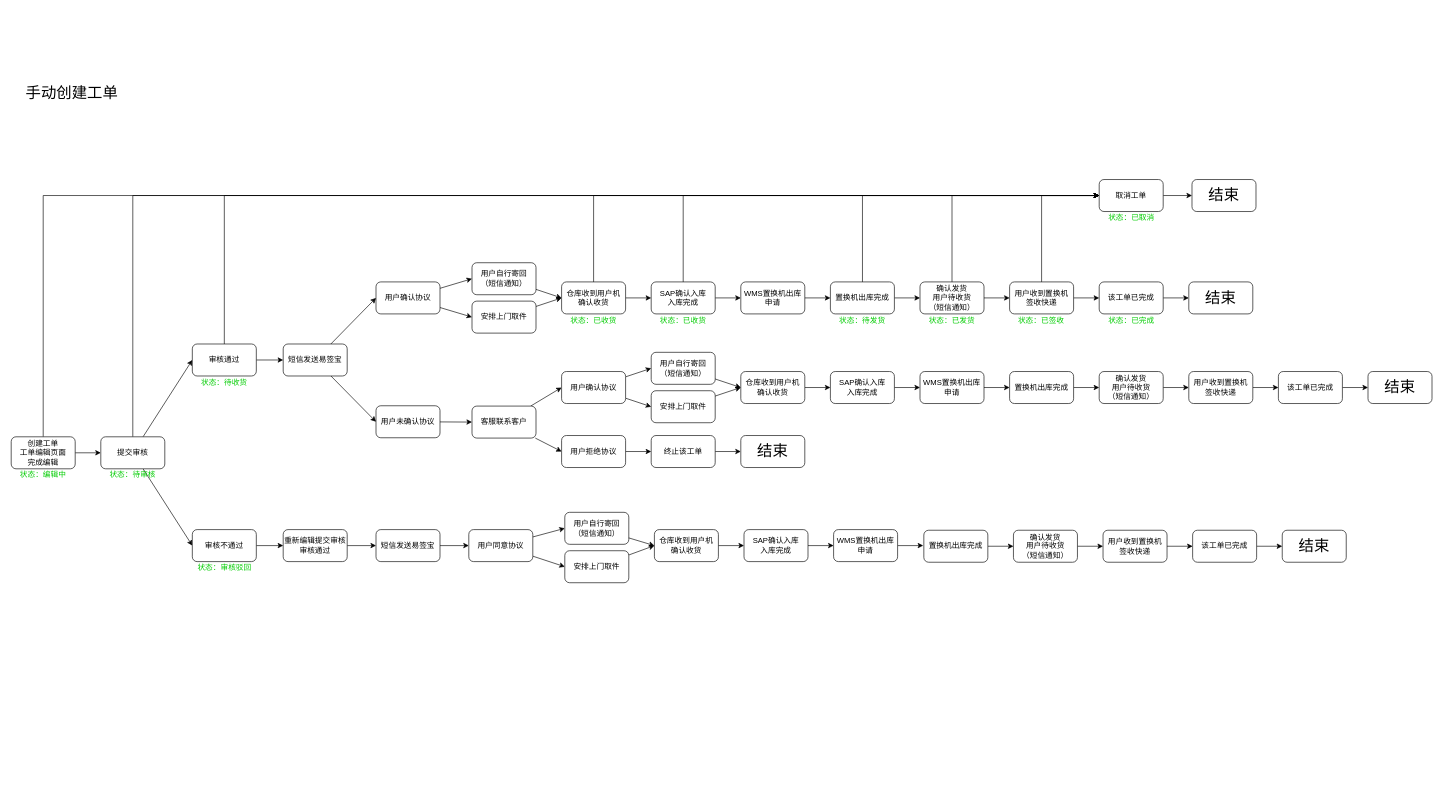
Above: 场景.drawio in ErbanZ/DOG (draw.io), before the change. Source tidied: cells renumbered, new cells numbered last; positions are measured from the earlier drawing's top-left corner, leaving out a move shared by most shapes. Both pictures are drawn from the tidied source at 64%, with x=0, y=0 at pixel (11, 77).
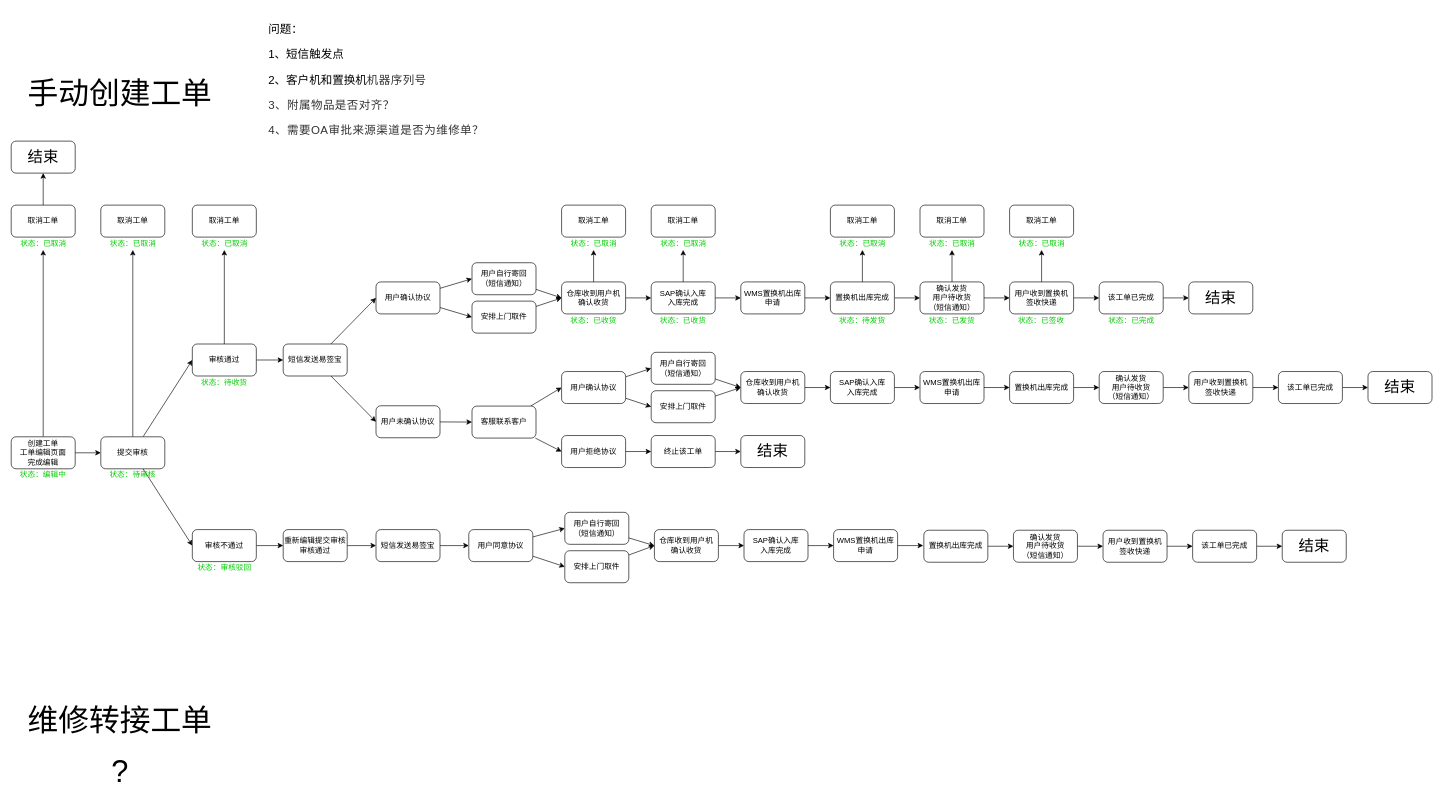
Above is the later version.

Unchanged cells that the change refers to:
```xml
<mxCell id="5" value="创建工单&lt;br&gt;工单编辑页面&lt;br&gt;完成编辑" style="rounded=1;whiteSpace=wrap;html=1;" parent="1" vertex="1">
  <mxGeometry y="562" width="100" height="50" as="geometry" />
</mxCell>
<mxCell id="9" value="提交审核" style="rounded=1;whiteSpace=wrap;html=1;" parent="1" vertex="1">
  <mxGeometry x="140" y="562" width="100" height="50" as="geometry" />
</mxCell>
<mxCell id="12" value="审核通过" style="rounded=1;whiteSpace=wrap;html=1;" parent="1" vertex="1">
  <mxGeometry x="283" y="417" width="100" height="50" as="geometry" />
</mxCell>
<mxCell id="21" value="仓库收到用户机&lt;br&gt;确认收货" style="rounded=1;whiteSpace=wrap;html=1;" parent="1" vertex="1">
  <mxGeometry x="860" y="320" width="100" height="50" as="geometry" />
</mxCell>
<mxCell id="27" value="SAP确认入库&lt;br&gt;入库完成" style="rounded=1;whiteSpace=wrap;html=1;" parent="1" vertex="1">
  <mxGeometry x="1000" y="320" width="100" height="50" as="geometry" />
</mxCell>
<mxCell id="33" value="用户收到置换机&lt;br&gt;签收快递" style="rounded=1;whiteSpace=wrap;html=1;" parent="1" vertex="1">
  <mxGeometry x="1560" y="320" width="100" height="50" as="geometry" />
</mxCell>
<mxCell id="87" value="置换机出库完成&lt;br&gt;" style="rounded=1;whiteSpace=wrap;html=1;" parent="1" vertex="1">
  <mxGeometry x="1280" y="320" width="100" height="50" as="geometry" />
</mxCell>
<mxCell id="90" value="&lt;span style=&quot;font-family: &amp;#34;helvetica&amp;#34;&quot;&gt;确认发货&lt;br&gt;用户待收货&lt;/span&gt;&lt;br style=&quot;font-family: &amp;#34;helvetica&amp;#34;&quot;&gt;&lt;span style=&quot;font-family: &amp;#34;helvetica&amp;#34;&quot;&gt;（短信通知）&lt;/span&gt;" style="rounded=1;whiteSpace=wrap;html=1;" parent="1" vertex="1">
  <mxGeometry x="1420" y="320" width="100" height="50" as="geometry" />
</mxCell>
```

Diff of the diagram source:
```diff
@@
-    <mxCell id="2" value="&lt;font style=&quot;font-size: 24px&quot;&gt;手动创建工单&lt;/font&gt;" style="text;html=1;strokeColor=none;fillColor=none;align=center;verticalAlign=middle;whiteSpace=wrap;rounded=0;" parent="1" vertex="1">
-      <mxGeometry width="190" height="50" as="geometry" />
+    <mxCell id="2" value="&lt;font style=&quot;font-size: 48px&quot;&gt;手动创建工单&lt;/font&gt;" style="text;html=1;strokeColor=none;fillColor=none;align=center;verticalAlign=middle;whiteSpace=wrap;rounded=0;" parent="1" vertex="1">
+      <mxGeometry x="10" width="320" height="50" as="geometry" />
     </mxCell>
@@
-    <mxCell id="4" style="edgeStyle=orthogonalEdgeStyle;rounded=0;jettySize=auto;html=1;entryX=0;entryY=0.5;entryDx=0;entryDy=0;" parent="1" edge="1" source="5" target="84">
-      <mxGeometry relative="1" as="geometry">
-        <Array as="points">
-          <mxPoint x="50" y="185" />
-        </Array>
-      </mxGeometry>
-    </mxCell>
+    <mxCell id="120" style="edgeStyle=orthogonalEdgeStyle;rounded=0;jettySize=auto;html=1;entryX=0.5;entryY=1;entryDx=0;entryDy=0;" parent="1" edge="1" source="5" target="130">
+      <mxGeometry relative="1" as="geometry" />
+    </mxCell>
@@
-    <mxCell id="8" style="edgeStyle=orthogonalEdgeStyle;rounded=0;jettySize=auto;html=1;" parent="1" edge="1" source="9" target="84">
-      <mxGeometry relative="1" as="geometry">
-        <Array as="points">
-          <mxPoint x="190" y="185" />
-        </Array>
-      </mxGeometry>
-    </mxCell>
+    <mxCell id="121" style="edgeStyle=orthogonalEdgeStyle;rounded=0;jettySize=auto;html=1;entryX=0.5;entryY=1;entryDx=0;entryDy=0;" parent="1" edge="1" source="9" target="134">
+      <mxGeometry relative="1" as="geometry" />
+    </mxCell>
@@
-    <mxCell id="11" style="edgeStyle=orthogonalEdgeStyle;rounded=0;jettySize=auto;html=1;entryX=0;entryY=0.5;entryDx=0;entryDy=0;" parent="1" edge="1" source="12" target="84">
-      <mxGeometry relative="1" as="geometry">
-        <Array as="points">
-          <mxPoint x="333" y="185" />
-        </Array>
-      </mxGeometry>
-    </mxCell>
+    <mxCell id="122" style="edgeStyle=orthogonalEdgeStyle;rounded=0;jettySize=auto;html=1;entryX=0.5;entryY=1;entryDx=0;entryDy=0;" parent="1" edge="1" source="12" target="137">
+      <mxGeometry relative="1" as="geometry" />
+    </mxCell>
@@
-    <mxCell id="20" style="edgeStyle=orthogonalEdgeStyle;rounded=0;jettySize=auto;html=1;entryX=0;entryY=0.5;entryDx=0;entryDy=0;" parent="1" edge="1" source="21" target="84">
-      <mxGeometry relative="1" as="geometry">
-        <Array as="points">
-          <mxPoint x="910" y="185" />
-        </Array>
-      </mxGeometry>
-    </mxCell>
+    <mxCell id="123" style="edgeStyle=orthogonalEdgeStyle;rounded=0;jettySize=auto;html=1;entryX=0.5;entryY=1;entryDx=0;entryDy=0;" parent="1" edge="1" source="21" target="140">
+      <mxGeometry relative="1" as="geometry" />
+    </mxCell>
@@
-    <mxCell id="26" style="edgeStyle=orthogonalEdgeStyle;rounded=0;jettySize=auto;html=1;entryX=0;entryY=0.5;entryDx=0;entryDy=0;" parent="1" edge="1" source="27" target="84">
-      <mxGeometry relative="1" as="geometry">
-        <Array as="points">
-          <mxPoint x="1050" y="185" />
-        </Array>
-      </mxGeometry>
-    </mxCell>
+    <mxCell id="124" style="edgeStyle=orthogonalEdgeStyle;rounded=0;jettySize=auto;html=1;entryX=0.5;entryY=1;entryDx=0;entryDy=0;" parent="1" edge="1" source="27" target="143">
+      <mxGeometry relative="1" as="geometry" />
+    </mxCell>
@@
-    <mxCell id="30" style="edgeStyle=orthogonalEdgeStyle;rounded=0;jettySize=auto;html=1;entryX=0;entryY=0.5;entryDx=0;entryDy=0;" parent="1" edge="1" target="84">
-      <mxGeometry relative="1" as="geometry">
-        <mxPoint x="1330.1" y="320" as="sourcePoint" />
-        <Array as="points">
-          <mxPoint x="1330" y="185" />
-        </Array>
-      </mxGeometry>
-    </mxCell>
@@
-    <mxCell id="32" style="edgeStyle=orthogonalEdgeStyle;rounded=0;jettySize=auto;html=1;entryX=0;entryY=0.5;entryDx=0;entryDy=0;" parent="1" edge="1" source="33" target="84">
-      <mxGeometry relative="1" as="geometry">
-        <Array as="points">
-          <mxPoint x="1610" y="185" />
-        </Array>
-      </mxGeometry>
-    </mxCell>
+    <mxCell id="125" style="edgeStyle=orthogonalEdgeStyle;rounded=0;jettySize=auto;html=1;entryX=0.5;entryY=1;entryDx=0;entryDy=0;" parent="1" edge="1" source="33" target="152">
+      <mxGeometry relative="1" as="geometry" />
+    </mxCell>
@@
-    <mxCell id="83" style="edgeStyle=orthogonalEdgeStyle;rounded=0;jettySize=auto;html=1;entryX=0;entryY=0.5;entryDx=0;entryDy=0;" parent="1" edge="1" source="84" target="85">
-      <mxGeometry relative="1" as="geometry" />
-    </mxCell>
-    <mxCell id="84" value="取消工单" style="rounded=1;whiteSpace=wrap;html=1;" parent="1" vertex="1">
-      <mxGeometry x="1700" y="160" width="100" height="50" as="geometry" />
-    </mxCell>
-    <mxCell id="85" value="&lt;font style=&quot;font-size: 24px&quot;&gt;结束&lt;/font&gt;" style="rounded=1;whiteSpace=wrap;html=1;" parent="1" vertex="1">
-      <mxGeometry x="1845" y="160" width="100" height="50" as="geometry" />
-    </mxCell>
@@
+    <mxCell id="126" style="edgeStyle=orthogonalEdgeStyle;rounded=0;jettySize=auto;html=1;entryX=0.5;entryY=1;entryDx=0;entryDy=0;" parent="1" edge="1" source="87" target="146">
+      <mxGeometry relative="1" as="geometry" />
+    </mxCell>
@@
-    <mxCell id="89" style="edgeStyle=orthogonalEdgeStyle;rounded=0;jettySize=auto;html=1;entryX=0;entryY=0.5;entryDx=0;entryDy=0;" parent="1" edge="1" source="90" target="84">
-      <mxGeometry relative="1" as="geometry">
-        <Array as="points">
-          <mxPoint x="1470" y="185" />
-        </Array>
-      </mxGeometry>
-    </mxCell>
+    <mxCell id="127" style="edgeStyle=orthogonalEdgeStyle;rounded=0;jettySize=auto;html=1;entryX=0.5;entryY=1;entryDx=0;entryDy=0;" parent="1" edge="1" source="90" target="149">
+      <mxGeometry relative="1" as="geometry" />
+    </mxCell>
@@
-    <mxCell id="112" value="&lt;font color=&quot;#00cc00&quot;&gt;状态：已取消&lt;/font&gt;" style="text;html=1;strokeColor=none;fillColor=none;align=center;verticalAlign=middle;whiteSpace=wrap;rounded=0;" parent="1" vertex="1">
-      <mxGeometry x="1706.5" y="210" width="87" height="20" as="geometry" />
-    </mxCell>
@@
+    <mxCell id="128" style="group;" parent="1" vertex="1">
+      <mxGeometry y="200" width="100" height="70" as="geometry" />
+    </mxCell>
+    <mxCell id="129" value="取消工单" style="rounded=1;whiteSpace=wrap;html=1;" parent="128" vertex="1">
+      <mxGeometry width="100" height="50" as="geometry" />
+    </mxCell>
+    <mxCell id="130" value="&lt;font color=&quot;#00cc00&quot;&gt;状态：已取消&lt;/font&gt;" style="text;html=1;strokeColor=none;fillColor=none;align=center;verticalAlign=middle;whiteSpace=wrap;rounded=0;" parent="128" vertex="1">
+      <mxGeometry x="6.5" y="50" width="87" height="20" as="geometry" />
+    </mxCell>
+    <mxCell id="85" value="&lt;font style=&quot;font-size: 24px&quot;&gt;结束&lt;/font&gt;" style="rounded=1;whiteSpace=wrap;html=1;" parent="1" vertex="1">
+      <mxGeometry y="100" width="100" height="50" as="geometry" />
+    </mxCell>
+    <mxCell id="131" style="edgeStyle=orthogonalEdgeStyle;rounded=0;jettySize=auto;html=1;entryX=0.5;entryY=1;entryDx=0;entryDy=0;" parent="1" edge="1" source="129" target="85">
+      <mxGeometry relative="1" as="geometry" />
+    </mxCell>
+    <mxCell id="132" style="group;" parent="1" vertex="1">
+      <mxGeometry x="140" y="200" width="100" height="70" as="geometry" />
+    </mxCell>
+    <mxCell id="133" value="取消工单" style="rounded=1;whiteSpace=wrap;html=1;" parent="132" vertex="1">
+      <mxGeometry width="100" height="50" as="geometry" />
+    </mxCell>
+    <mxCell id="134" value="&lt;font color=&quot;#00cc00&quot;&gt;状态：已取消&lt;/font&gt;" style="text;html=1;strokeColor=none;fillColor=none;align=center;verticalAlign=middle;whiteSpace=wrap;rounded=0;" parent="132" vertex="1">
+      <mxGeometry x="6.5" y="50" width="87" height="20" as="geometry" />
+    </mxCell>
+    <mxCell id="135" style="group;" parent="1" vertex="1">
+      <mxGeometry x="283" y="200" width="100" height="70" as="geometry" />
+    </mxCell>
+    <mxCell id="136" value="取消工单" style="rounded=1;whiteSpace=wrap;html=1;" parent="135" vertex="1">
+      <mxGeometry width="100" height="50" as="geometry" />
+    </mxCell>
+    <mxCell id="137" value="&lt;font color=&quot;#00cc00&quot;&gt;状态：已取消&lt;/font&gt;" style="text;html=1;strokeColor=none;fillColor=none;align=center;verticalAlign=middle;whiteSpace=wrap;rounded=0;" parent="135" vertex="1">
+      <mxGeometry x="6.5" y="50" width="87" height="20" as="geometry" />
+    </mxCell>
+    <mxCell id="138" style="group;" parent="1" vertex="1">
+      <mxGeometry x="860" y="200" width="100" height="70" as="geometry" />
+    </mxCell>
+    <mxCell id="139" value="取消工单" style="rounded=1;whiteSpace=wrap;html=1;" parent="138" vertex="1">
+      <mxGeometry width="100" height="50" as="geometry" />
+    </mxCell>
+    <mxCell id="140" value="&lt;font color=&quot;#00cc00&quot;&gt;状态：已取消&lt;/font&gt;" style="text;html=1;strokeColor=none;fillColor=none;align=center;verticalAlign=middle;whiteSpace=wrap;rounded=0;" parent="138" vertex="1">
+      <mxGeometry x="6.5" y="50" width="87" height="20" as="geometry" />
+    </mxCell>
+    <mxCell id="141" style="group;" parent="1" vertex="1">
+      <mxGeometry x="1000" y="200" width="100" height="70" as="geometry" />
+    </mxCell>
+    <mxCell id="142" value="取消工单" style="rounded=1;whiteSpace=wrap;html=1;" parent="141" vertex="1">
+      <mxGeometry width="100" height="50" as="geometry" />
+    </mxCell>
+    <mxCell id="143" value="&lt;font color=&quot;#00cc00&quot;&gt;状态：已取消&lt;/font&gt;" style="text;html=1;strokeColor=none;fillColor=none;align=center;verticalAlign=middle;whiteSpace=wrap;rounded=0;" parent="141" vertex="1">
+      <mxGeometry x="6.5" y="50" width="87" height="20" as="geometry" />
+    </mxCell>
+    <mxCell id="144" style="group;" parent="1" vertex="1">
+      <mxGeometry x="1280" y="200" width="100" height="70" as="geometry" />
+    </mxCell>
+    <mxCell id="145" value="取消工单" style="rounded=1;whiteSpace=wrap;html=1;" parent="144" vertex="1">
+      <mxGeometry width="100" height="50" as="geometry" />
+    </mxCell>
+    <mxCell id="146" value="&lt;font color=&quot;#00cc00&quot;&gt;状态：已取消&lt;/font&gt;" style="text;html=1;strokeColor=none;fillColor=none;align=center;verticalAlign=middle;whiteSpace=wrap;rounded=0;" parent="144" vertex="1">
+      <mxGeometry x="6.5" y="50" width="87" height="20" as="geometry" />
+    </mxCell>
+    <mxCell id="147" style="group;" parent="1" vertex="1">
+      <mxGeometry x="1420" y="200" width="100" height="70" as="geometry" />
+    </mxCell>
+    <mxCell id="148" value="取消工单" style="rounded=1;whiteSpace=wrap;html=1;" parent="147" vertex="1">
+      <mxGeometry width="100" height="50" as="geometry" />
+    </mxCell>
+    <mxCell id="149" value="&lt;font color=&quot;#00cc00&quot;&gt;状态：已取消&lt;/font&gt;" style="text;html=1;strokeColor=none;fillColor=none;align=center;verticalAlign=middle;whiteSpace=wrap;rounded=0;" parent="147" vertex="1">
+      <mxGeometry x="6.5" y="50" width="87" height="20" as="geometry" />
+    </mxCell>
+    <mxCell id="150" style="group;" parent="1" vertex="1">
+      <mxGeometry x="1560" y="200" width="100" height="70" as="geometry" />
+    </mxCell>
+    <mxCell id="151" value="取消工单" style="rounded=1;whiteSpace=wrap;html=1;" parent="150" vertex="1">
+      <mxGeometry width="100" height="50" as="geometry" />
+    </mxCell>
+    <mxCell id="152" value="&lt;font color=&quot;#00cc00&quot;&gt;状态：已取消&lt;/font&gt;" style="text;html=1;strokeColor=none;fillColor=none;align=center;verticalAlign=middle;whiteSpace=wrap;rounded=0;" parent="150" vertex="1">
+      <mxGeometry x="6.5" y="50" width="87" height="20" as="geometry" />
+    </mxCell>
+    <mxCell id="153" value="&lt;font style=&quot;font-size: 48px&quot;&gt;维修转接工单&lt;/font&gt;" style="text;html=1;strokeColor=none;fillColor=none;align=center;verticalAlign=middle;whiteSpace=wrap;rounded=0;" parent="1" vertex="1">
+      <mxGeometry x="10" y="980" width="320" height="50" as="geometry" />
+    </mxCell>
+    <mxCell id="154" value="&lt;font style=&quot;font-size: 48px&quot;&gt;?&lt;/font&gt;" style="text;html=1;strokeColor=none;fillColor=none;align=center;verticalAlign=middle;whiteSpace=wrap;rounded=0;" parent="1" vertex="1">
+      <mxGeometry x="10" y="1060" width="320" height="50" as="geometry" />
+    </mxCell>
+    <mxCell id="155" value="&lt;p style=&quot;font-size: 18px&quot;&gt;&lt;font style=&quot;font-size: 18px&quot;&gt;&lt;font style=&quot;font-size: 18px&quot;&gt;问题：&lt;br&gt;&lt;/font&gt;&lt;/font&gt;&lt;/p&gt;&lt;p style=&quot;font-size: 18px&quot;&gt;&lt;font style=&quot;font-size: 18px&quot;&gt;&lt;font style=&quot;font-size: 18px&quot;&gt;1、短信触发点&lt;br&gt;&lt;/font&gt;&lt;/font&gt;&lt;/p&gt;&lt;p style=&quot;font-size: 18px&quot;&gt;&lt;font style=&quot;font-size: 18px&quot;&gt;&lt;font style=&quot;font-size: 18px&quot;&gt;2、客户机和置换机&lt;span style=&quot;color: rgb(51 , 51 , 51) ; letter-spacing: 0.7px&quot;&gt;机器序列号&lt;br&gt;&lt;/span&gt;&lt;/font&gt;&lt;/font&gt;&lt;/p&gt;&lt;p style=&quot;font-size: 18px&quot;&gt;&lt;span style=&quot;color: rgb(51 , 51 , 51) ; font-family: &amp;#34;helvetica&amp;#34; ; letter-spacing: 0.7px&quot;&gt;&lt;font style=&quot;font-size: 18px&quot;&gt;3、附属物品是否对齐？&lt;br&gt;&lt;/font&gt;&lt;/span&gt;&lt;/p&gt;&lt;p style=&quot;font-size: 18px&quot;&gt;&lt;span style=&quot;color: rgb(51 , 51 , 51) ; font-family: &amp;#34;helvetica&amp;#34; ; letter-spacing: 0.7px&quot;&gt;&lt;font style=&quot;font-size: 18px&quot;&gt;4、需要OA审批来源渠道是否为维修单？&lt;/font&gt;&lt;/span&gt;&lt;/p&gt;&lt;p&gt;&lt;/p&gt;&lt;p&gt;&lt;/p&gt;&lt;p&gt;&lt;/p&gt;&lt;p&gt;&lt;/p&gt;" style="text;html=1;strokeColor=none;fillColor=none;align=left;verticalAlign=middle;whiteSpace=wrap;rounded=0;" parent="1" vertex="1">
+      <mxGeometry x="400" y="-90" width="390" height="190" as="geometry" />
+    </mxCell>
```
